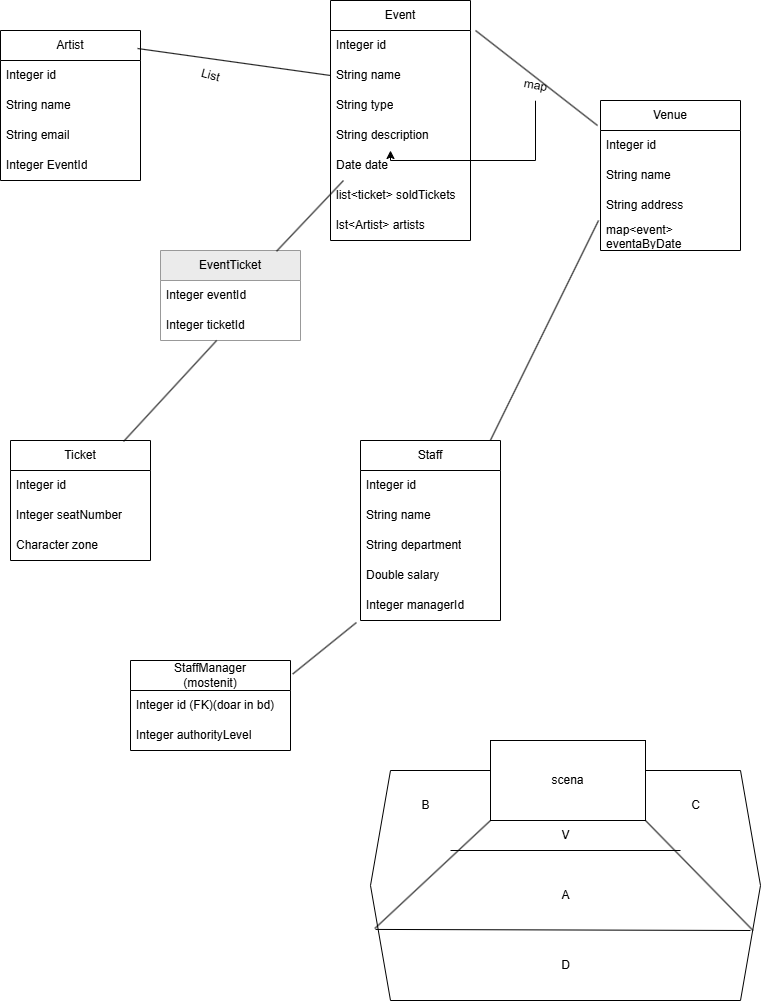
Earlier version of the draw.io export AOOP_VenueManager_Diagram.png (imnofuxkingfun/AOOP_VenueManager). Source tidied: cells renumbered, new cells last; positions are measured from the earlier drawing's top-left corner, leaving out a move shared by most shapes. Source of this version:
```xml
<mxGraphModel>
  <root>
    <mxCell id="0" />
    <mxCell id="1" parent="0" />
    <mxCell id="2" value="Event&lt;span style=&quot;background-color: transparent; color: light-dark(rgb(0, 0, 0), rgb(255, 255, 255));&quot;&gt;Ticket&lt;/span&gt;" style="swimlane;fontStyle=0;horizontal=1;startSize=30;whiteSpace=wrap;html=1;strokeColor=#999999;fillColor=#EBEBEB;" parent="1" vertex="1">
      <mxGeometry x="160" y="250" width="140" height="90" as="geometry" />
    </mxCell>
    <mxCell id="3" value="Integer eventId" style="text;strokeColor=none;fillColor=none;align=left;verticalAlign=middle;spacingLeft=4;spacingRight=4;overflow=hidden;whiteSpace=wrap;html=1;" parent="2" vertex="1">
      <mxGeometry y="30" width="140" height="30" as="geometry" />
    </mxCell>
    <mxCell id="4" value="Integer ticketId" style="text;strokeColor=none;fillColor=none;align=left;verticalAlign=middle;spacingLeft=4;spacingRight=4;overflow=hidden;points=[[0,0.5],[1,0.5]];portConstraint=eastwest;whiteSpace=wrap;html=1;" parent="2" vertex="1">
      <mxGeometry y="60" width="140" height="30" as="geometry" />
    </mxCell>
    <mxCell id="5" value="Artist" style="swimlane;fontStyle=0;horizontal=1;startSize=30;whiteSpace=wrap;html=1;" parent="1" vertex="1">
      <mxGeometry y="30" width="140" height="150" as="geometry" />
    </mxCell>
    <mxCell id="6" value="Integer id" style="text;strokeColor=none;fillColor=none;align=left;verticalAlign=middle;spacingLeft=4;spacingRight=4;overflow=hidden;whiteSpace=wrap;html=1;" parent="5" vertex="1">
      <mxGeometry y="30" width="140" height="30" as="geometry" />
    </mxCell>
    <mxCell id="7" value="String name" style="text;strokeColor=none;fillColor=none;align=left;verticalAlign=middle;spacingLeft=4;spacingRight=4;overflow=hidden;whiteSpace=wrap;html=1;" parent="5" vertex="1">
      <mxGeometry y="60" width="140" height="30" as="geometry" />
    </mxCell>
    <mxCell id="8" value="String email" style="text;strokeColor=none;fillColor=none;align=left;verticalAlign=middle;spacingLeft=4;spacingRight=4;overflow=hidden;whiteSpace=wrap;html=1;" parent="5" vertex="1">
      <mxGeometry y="90" width="140" height="30" as="geometry" />
    </mxCell>
    <mxCell id="9" value="Integer EventId" style="text;strokeColor=none;fillColor=none;align=left;verticalAlign=middle;spacingLeft=4;spacingRight=4;overflow=hidden;whiteSpace=wrap;html=1;" parent="5" vertex="1">
      <mxGeometry y="120" width="140" height="30" as="geometry" />
    </mxCell>
    <mxCell id="10" value="Ticket" style="swimlane;fontStyle=0;horizontal=1;startSize=30;whiteSpace=wrap;html=1;" parent="1" vertex="1">
      <mxGeometry x="10" y="440" width="140" height="120" as="geometry" />
    </mxCell>
    <mxCell id="11" value="Integer id" style="text;strokeColor=none;fillColor=none;align=left;verticalAlign=middle;spacingLeft=4;spacingRight=4;overflow=hidden;whiteSpace=wrap;html=1;" parent="10" vertex="1">
      <mxGeometry y="30" width="140" height="30" as="geometry" />
    </mxCell>
    <mxCell id="12" value="Integer seatNumber" style="text;strokeColor=none;fillColor=none;align=left;verticalAlign=middle;spacingLeft=4;spacingRight=4;overflow=hidden;whiteSpace=wrap;html=1;" parent="10" vertex="1">
      <mxGeometry y="60" width="140" height="30" as="geometry" />
    </mxCell>
    <mxCell id="13" value="Character zone" style="text;strokeColor=none;fillColor=none;align=left;verticalAlign=middle;spacingLeft=4;spacingRight=4;overflow=hidden;whiteSpace=wrap;html=1;" parent="10" vertex="1">
      <mxGeometry y="90" width="140" height="30" as="geometry" />
    </mxCell>
    <mxCell id="14" value="Event" style="swimlane;fontStyle=0;horizontal=1;startSize=30;whiteSpace=wrap;html=1;" parent="1" vertex="1">
      <mxGeometry x="330" width="140" height="240" as="geometry" />
    </mxCell>
    <mxCell id="15" value="Integer id" style="text;strokeColor=none;fillColor=none;align=left;verticalAlign=middle;spacingLeft=4;spacingRight=4;overflow=hidden;points=[[0,0.5],[1,0.5]];portConstraint=eastwest;whiteSpace=wrap;html=1;" parent="14" vertex="1">
      <mxGeometry y="30" width="140" height="30" as="geometry" />
    </mxCell>
    <mxCell id="16" value="String name" style="text;strokeColor=none;fillColor=none;align=left;verticalAlign=middle;spacingLeft=4;spacingRight=4;overflow=hidden;points=[[0,0.5],[1,0.5]];portConstraint=eastwest;whiteSpace=wrap;html=1;" parent="14" vertex="1">
      <mxGeometry y="60" width="140" height="30" as="geometry" />
    </mxCell>
    <mxCell id="17" value="String type" style="text;strokeColor=none;fillColor=none;align=left;verticalAlign=middle;spacingLeft=4;spacingRight=4;overflow=hidden;whiteSpace=wrap;html=1;" parent="14" vertex="1">
      <mxGeometry y="90" width="140" height="30" as="geometry" />
    </mxCell>
    <mxCell id="18" value="String&amp;nbsp;&lt;span style=&quot;background-color: transparent; color: light-dark(rgb(0, 0, 0), rgb(255, 255, 255));&quot;&gt;description&lt;/span&gt;" style="text;strokeColor=none;fillColor=none;align=left;verticalAlign=middle;spacingLeft=4;spacingRight=4;overflow=hidden;points=[[0,0.5],[1,0.5]];portConstraint=eastwest;whiteSpace=wrap;html=1;" parent="14" vertex="1">
      <mxGeometry y="120" width="140" height="30" as="geometry" />
    </mxCell>
    <mxCell id="19" value="Date date" style="text;strokeColor=none;fillColor=none;align=left;verticalAlign=middle;spacingLeft=4;spacingRight=4;overflow=hidden;whiteSpace=wrap;html=1;" parent="14" vertex="1">
      <mxGeometry y="150" width="140" height="30" as="geometry" />
    </mxCell>
    <mxCell id="20" value="list&amp;lt;ticket&amp;gt; soldTickets" style="text;strokeColor=none;fillColor=none;align=left;verticalAlign=middle;spacingLeft=4;spacingRight=4;overflow=hidden;whiteSpace=wrap;html=1;" parent="14" vertex="1">
      <mxGeometry y="180" width="140" height="30" as="geometry" />
    </mxCell>
    <mxCell id="21" value="lst&amp;lt;Artist&amp;gt; artists" style="text;strokeColor=none;fillColor=none;align=left;verticalAlign=middle;spacingLeft=4;spacingRight=4;overflow=hidden;points=[[0,0.5],[1,0.5]];portConstraint=eastwest;whiteSpace=wrap;html=1;" parent="14" vertex="1">
      <mxGeometry y="210" width="140" height="30" as="geometry" />
    </mxCell>
    <mxCell id="22" style="endArrow=none;html=1;rounded=0;entryX=0;entryY=0.5;entryDx=0;entryDy=0;exitX=0.979;exitY=0.12;exitDx=0;exitDy=0;exitPerimeter=0;" parent="1" edge="1" source="5" target="16">
      <mxGeometry relative="1" as="geometry" />
    </mxCell>
    <mxCell id="23" value="List" style="text;html=1;align=center;verticalAlign=middle;strokeColor=none;fillColor=none;rotation=15;" parent="1" vertex="1">
      <mxGeometry x="190" y="60" width="40" height="30" as="geometry" />
    </mxCell>
    <mxCell id="24" value="Venue" style="swimlane;fontStyle=0;horizontal=1;startSize=30;whiteSpace=wrap;html=1;" parent="1" vertex="1">
      <mxGeometry x="600" y="100" width="140" height="150" as="geometry" />
    </mxCell>
    <mxCell id="25" value="Integer id" style="text;strokeColor=none;fillColor=none;align=left;verticalAlign=middle;spacingLeft=4;spacingRight=4;overflow=hidden;whiteSpace=wrap;html=1;" parent="24" vertex="1">
      <mxGeometry y="30" width="140" height="30" as="geometry" />
    </mxCell>
    <mxCell id="26" value="String name" style="text;strokeColor=none;fillColor=none;align=left;verticalAlign=middle;spacingLeft=4;spacingRight=4;overflow=hidden;whiteSpace=wrap;html=1;" parent="24" vertex="1">
      <mxGeometry y="60" width="140" height="30" as="geometry" />
    </mxCell>
    <mxCell id="27" value="String address" style="text;strokeColor=none;fillColor=none;align=left;verticalAlign=middle;spacingLeft=4;spacingRight=4;overflow=hidden;whiteSpace=wrap;html=1;" parent="24" vertex="1">
      <mxGeometry y="90" width="140" height="30" as="geometry" />
    </mxCell>
    <mxCell id="28" value="map&amp;lt;event&amp;gt; eventaByDate" style="text;strokeColor=none;fillColor=none;align=left;verticalAlign=middle;spacingLeft=4;spacingRight=4;overflow=hidden;whiteSpace=wrap;html=1;" parent="24" vertex="1">
      <mxGeometry y="120" width="140" height="30" as="geometry" />
    </mxCell>
    <mxCell id="29" style="endArrow=none;html=1;rounded=0;entryX=-0.021;entryY=0.167;entryDx=0;entryDy=0;entryPerimeter=0;exitX=1.036;exitY=0;exitDx=0;exitDy=0;exitPerimeter=0;" parent="1" edge="1" source="15" target="24">
      <mxGeometry relative="1" as="geometry" />
    </mxCell>
    <mxCell id="30" style="edgeStyle=orthogonalEdgeStyle;rounded=0;jettySize=auto;html=1;" parent="1" edge="1" source="31" target="18">
      <mxGeometry relative="1" as="geometry">
        <Array as="points">
          <mxPoint x="535" y="160" />
          <mxPoint x="390" y="160" />
        </Array>
      </mxGeometry>
    </mxCell>
    <mxCell id="31" value="map" style="text;html=1;align=center;verticalAlign=middle;points=[];strokeColor=none;fillColor=none;rotation=10;" parent="1" vertex="1">
      <mxGeometry x="510" y="70" width="50" height="30" as="geometry" />
    </mxCell>
    <mxCell id="32" style="endArrow=none;html=1;rounded=0;entryX=-0.014;entryY=1;entryDx=0;entryDy=0;entryPerimeter=0;" parent="1" edge="1">
      <mxGeometry relative="1" as="geometry">
        <mxPoint x="480" y="460" as="sourcePoint" />
        <mxPoint x="598" y="220" as="targetPoint" />
      </mxGeometry>
    </mxCell>
    <mxCell id="33" value="Staff" style="swimlane;fontStyle=0;horizontal=1;startSize=30;whiteSpace=wrap;html=1;" parent="1" vertex="1">
      <mxGeometry x="360" y="440" width="140" height="180" as="geometry" />
    </mxCell>
    <mxCell id="34" value="Integer id" style="text;strokeColor=none;fillColor=none;align=left;verticalAlign=middle;spacingLeft=4;spacingRight=4;overflow=hidden;whiteSpace=wrap;html=1;" parent="33" vertex="1">
      <mxGeometry y="30" width="140" height="30" as="geometry" />
    </mxCell>
    <mxCell id="35" value="String name" style="text;strokeColor=none;fillColor=none;align=left;verticalAlign=middle;spacingLeft=4;spacingRight=4;overflow=hidden;whiteSpace=wrap;html=1;" parent="33" vertex="1">
      <mxGeometry y="60" width="140" height="30" as="geometry" />
    </mxCell>
    <mxCell id="36" value="String department" style="text;strokeColor=none;fillColor=none;align=left;verticalAlign=middle;spacingLeft=4;spacingRight=4;overflow=hidden;whiteSpace=wrap;html=1;" parent="33" vertex="1">
      <mxGeometry y="90" width="140" height="30" as="geometry" />
    </mxCell>
    <mxCell id="37" value="Double salary" style="text;strokeColor=none;fillColor=none;align=left;verticalAlign=middle;spacingLeft=4;spacingRight=4;overflow=hidden;whiteSpace=wrap;html=1;" parent="33" vertex="1">
      <mxGeometry y="120" width="140" height="30" as="geometry" />
    </mxCell>
    <mxCell id="38" value="Integer managerId" style="text;strokeColor=none;fillColor=none;align=left;verticalAlign=middle;spacingLeft=4;spacingRight=4;overflow=hidden;points=[[0,0.5],[1,0.5]];portConstraint=eastwest;whiteSpace=wrap;html=1;" parent="33" vertex="1">
      <mxGeometry y="150" width="140" height="30" as="geometry" />
    </mxCell>
    <mxCell id="39" style="endArrow=none;html=1;rounded=0;entryX=0;entryY=0.5;entryDx=0;entryDy=0;exitX=0.829;exitY=0.008;exitDx=0;exitDy=0;exitPerimeter=0;" parent="1" edge="1" source="2">
      <mxGeometry relative="1" as="geometry">
        <mxPoint x="343" y="180" as="targetPoint" />
      </mxGeometry>
    </mxCell>
    <mxCell id="40" style="endArrow=none;html=1;rounded=0;exitX=0.829;exitY=0.008;exitDx=0;exitDy=0;exitPerimeter=0;" parent="1" edge="1" target="4">
      <mxGeometry relative="1" as="geometry">
        <mxPoint x="123" y="441" as="sourcePoint" />
      </mxGeometry>
    </mxCell>
    <mxCell id="41" value="StaffManager&lt;div&gt;(mostenit)&lt;/div&gt;" style="swimlane;fontStyle=0;horizontal=1;startSize=30;whiteSpace=wrap;html=1;" parent="1" vertex="1">
      <mxGeometry x="130" y="660" width="160" height="90" as="geometry" />
    </mxCell>
    <mxCell id="42" value="Integer id (FK)(doar in bd)" style="text;strokeColor=none;fillColor=none;align=left;verticalAlign=middle;spacingLeft=4;spacingRight=4;overflow=hidden;whiteSpace=wrap;html=1;" parent="41" vertex="1">
      <mxGeometry y="30" width="160" height="30" as="geometry" />
    </mxCell>
    <mxCell id="43" value="Integer authorityLevel" style="text;strokeColor=none;fillColor=none;align=left;verticalAlign=middle;spacingLeft=4;spacingRight=4;overflow=hidden;whiteSpace=wrap;html=1;" parent="41" vertex="1">
      <mxGeometry y="60" width="160" height="30" as="geometry" />
    </mxCell>
    <mxCell id="44" style="endArrow=none;html=1;rounded=0;exitX=1.014;exitY=0.15;exitDx=0;exitDy=0;exitPerimeter=0;entryX=-0.029;entryY=1.067;entryDx=0;entryDy=0;entryPerimeter=0;" parent="1" edge="1" source="41" target="38">
      <mxGeometry relative="1" as="geometry" />
    </mxCell>
    <mxCell id="45" style="shape=hexagon;perimeter=hexagonPerimeter2;whiteSpace=wrap;html=1;fixedSize=1;" parent="1" vertex="1">
      <mxGeometry x="370" y="770" width="390" height="230" as="geometry" />
    </mxCell>
    <mxCell id="46" value="scena" style="rounded=0;whiteSpace=wrap;html=1;" parent="1" vertex="1">
      <mxGeometry x="490" y="740" width="155" height="80" as="geometry" />
    </mxCell>
    <mxCell id="47" style="endArrow=none;html=1;rounded=0;exitX=0.011;exitY=0.687;exitDx=0;exitDy=0;exitPerimeter=0;" parent="1" edge="1" source="45">
      <mxGeometry relative="1" as="geometry">
        <mxPoint x="490" y="820" as="targetPoint" />
      </mxGeometry>
    </mxCell>
    <mxCell id="48" style="endArrow=none;html=1;rounded=0;exitX=0.981;exitY=0.696;exitDx=0;exitDy=0;exitPerimeter=0;" parent="1" edge="1" source="45">
      <mxGeometry relative="1" as="geometry">
        <mxPoint x="645" y="820" as="targetPoint" />
      </mxGeometry>
    </mxCell>
    <mxCell id="49" style="endArrow=none;html=1;rounded=0;exitX=0.013;exitY=0.691;exitDx=0;exitDy=0;exitPerimeter=0;" parent="1" edge="1" source="45">
      <mxGeometry relative="1" as="geometry">
        <mxPoint x="750" y="930" as="targetPoint" />
      </mxGeometry>
    </mxCell>
    <mxCell id="50" value="A" style="text;html=1;align=center;verticalAlign=middle;strokeColor=none;fillColor=none;" parent="1" vertex="1">
      <mxGeometry x="550" y="880" width="30" height="30" as="geometry" />
    </mxCell>
    <mxCell id="51" value="B" style="text;html=1;align=center;verticalAlign=middle;strokeColor=none;fillColor=none;" parent="1" vertex="1">
      <mxGeometry x="410" y="790" width="30" height="30" as="geometry" />
    </mxCell>
    <mxCell id="52" value="C" style="text;html=1;align=center;verticalAlign=middle;strokeColor=none;fillColor=none;" parent="1" vertex="1">
      <mxGeometry x="680" y="790" width="30" height="30" as="geometry" />
    </mxCell>
    <mxCell id="53" style="endArrow=none;html=1;rounded=0;" parent="1" edge="1">
      <mxGeometry relative="1" as="geometry">
        <mxPoint x="450" y="850" as="sourcePoint" />
        <mxPoint x="680" y="850" as="targetPoint" />
      </mxGeometry>
    </mxCell>
    <mxCell id="54" value="V" style="text;html=1;align=center;verticalAlign=middle;strokeColor=none;fillColor=none;" parent="1" vertex="1">
      <mxGeometry x="550" y="820" width="30" height="30" as="geometry" />
    </mxCell>
    <mxCell id="55" value="D" style="text;html=1;align=center;verticalAlign=middle;strokeColor=none;fillColor=none;" parent="1" vertex="1">
      <mxGeometry x="550" y="950" width="30" height="30" as="geometry" />
    </mxCell>
  </root>
</mxGraphModel>
```
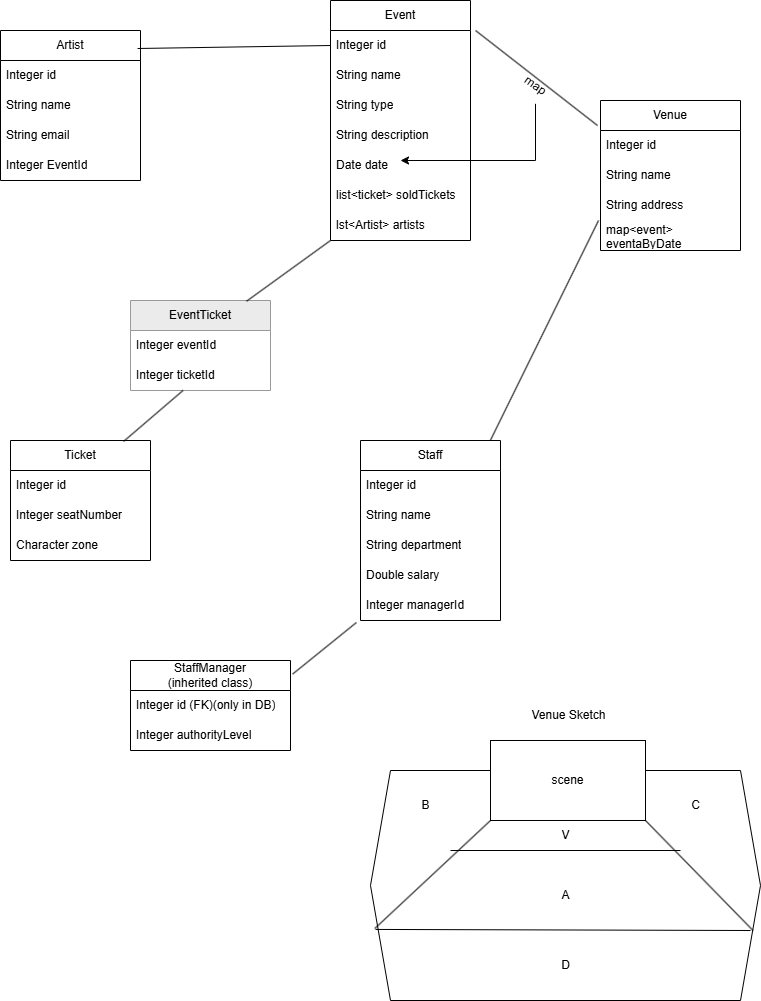
The same file after the commit.

What changed in the source:
```diff
@@ -3,7 +3,7 @@
     <mxCell id="0" />
     <mxCell id="1" parent="0" />
     <mxCell id="2" value="Event&lt;span style=&quot;background-color: transparent; color: light-dark(rgb(0, 0, 0), rgb(255, 255, 255));&quot;&gt;Ticket&lt;/span&gt;" style="swimlane;fontStyle=0;horizontal=1;startSize=30;whiteSpace=wrap;html=1;strokeColor=#999999;fillColor=#EBEBEB;" parent="1" vertex="1">
-      <mxGeometry x="160" y="250" width="140" height="90" as="geometry" />
+      <mxGeometry x="130" y="300" width="140" height="90" as="geometry" />
     </mxCell>
     <mxCell id="3" value="Integer eventId" style="text;strokeColor=none;fillColor=none;align=left;verticalAlign=middle;spacingLeft=4;spacingRight=4;overflow=hidden;whiteSpace=wrap;html=1;" parent="2" vertex="1">
       <mxGeometry y="30" width="140" height="30" as="geometry" />
@@ -62,12 +62,9 @@
     <mxCell id="21" value="lst&amp;lt;Artist&amp;gt; artists" style="text;strokeColor=none;fillColor=none;align=left;verticalAlign=middle;spacingLeft=4;spacingRight=4;overflow=hidden;points=[[0,0.5],[1,0.5]];portConstraint=eastwest;whiteSpace=wrap;html=1;" parent="14" vertex="1">
       <mxGeometry y="210" width="140" height="30" as="geometry" />
     </mxCell>
-    <mxCell id="22" style="endArrow=none;html=1;rounded=0;entryX=0;entryY=0.5;entryDx=0;entryDy=0;exitX=0.979;exitY=0.12;exitDx=0;exitDy=0;exitPerimeter=0;" parent="1" edge="1" source="5" target="16">
+    <mxCell id="22" style="endArrow=none;html=1;rounded=0;entryX=0;entryY=0.5;entryDx=0;entryDy=0;exitX=0.979;exitY=0.12;exitDx=0;exitDy=0;exitPerimeter=0;" parent="1" edge="1" source="5" target="15">
       <mxGeometry relative="1" as="geometry" />
     </mxCell>
-    <mxCell id="23" value="List" style="text;html=1;align=center;verticalAlign=middle;strokeColor=none;fillColor=none;rotation=15;" parent="1" vertex="1">
-      <mxGeometry x="190" y="60" width="40" height="30" as="geometry" />
-    </mxCell>
     <mxCell id="24" value="Venue" style="swimlane;fontStyle=0;horizontal=1;startSize=30;whiteSpace=wrap;html=1;" parent="1" vertex="1">
       <mxGeometry x="600" y="100" width="140" height="150" as="geometry" />
     </mxCell>
@@ -86,15 +83,15 @@
     <mxCell id="29" style="endArrow=none;html=1;rounded=0;entryX=-0.021;entryY=0.167;entryDx=0;entryDy=0;entryPerimeter=0;exitX=1.036;exitY=0;exitDx=0;exitDy=0;exitPerimeter=0;" parent="1" edge="1" source="15" target="24">
       <mxGeometry relative="1" as="geometry" />
     </mxCell>
-    <mxCell id="30" style="edgeStyle=orthogonalEdgeStyle;rounded=0;jettySize=auto;html=1;" parent="1" edge="1" source="31" target="18">
+    <mxCell id="30" style="edgeStyle=orthogonalEdgeStyle;rounded=0;jettySize=auto;html=1;" parent="1" edge="1" source="31">
       <mxGeometry relative="1" as="geometry">
+        <mxPoint x="400" y="160" as="targetPoint" />
         <Array as="points">
           <mxPoint x="535" y="160" />
-          <mxPoint x="390" y="160" />
         </Array>
       </mxGeometry>
     </mxCell>
-    <mxCell id="31" value="map" style="text;html=1;align=center;verticalAlign=middle;points=[];strokeColor=none;fillColor=none;rotation=10;" parent="1" vertex="1">
+    <mxCell id="31" value="map" style="text;html=1;align=center;verticalAlign=middle;points=[];strokeColor=none;fillColor=none;rotation=35;" parent="1" vertex="1">
       <mxGeometry x="510" y="70" width="50" height="30" as="geometry" />
     </mxCell>
     <mxCell id="32" style="endArrow=none;html=1;rounded=0;entryX=-0.014;entryY=1;entryDx=0;entryDy=0;entryPerimeter=0;" parent="1" edge="1">
@@ -121,20 +118,18 @@
     <mxCell id="38" value="Integer managerId" style="text;strokeColor=none;fillColor=none;align=left;verticalAlign=middle;spacingLeft=4;spacingRight=4;overflow=hidden;points=[[0,0.5],[1,0.5]];portConstraint=eastwest;whiteSpace=wrap;html=1;" parent="33" vertex="1">
       <mxGeometry y="150" width="140" height="30" as="geometry" />
     </mxCell>
-    <mxCell id="39" style="endArrow=none;html=1;rounded=0;entryX=0;entryY=0.5;entryDx=0;entryDy=0;exitX=0.829;exitY=0.008;exitDx=0;exitDy=0;exitPerimeter=0;" parent="1" edge="1" source="2">
-      <mxGeometry relative="1" as="geometry">
-        <mxPoint x="343" y="180" as="targetPoint" />
-      </mxGeometry>
+    <mxCell id="39" style="endArrow=none;html=1;rounded=0;entryX=0;entryY=1;entryDx=0;entryDy=0;exitX=0.829;exitY=0.008;exitDx=0;exitDy=0;exitPerimeter=0;entryPerimeter=0;" parent="1" edge="1" source="2" target="21">
+      <mxGeometry relative="1" as="geometry" />
     </mxCell>
     <mxCell id="40" style="endArrow=none;html=1;rounded=0;exitX=0.829;exitY=0.008;exitDx=0;exitDy=0;exitPerimeter=0;" parent="1" edge="1" target="4">
       <mxGeometry relative="1" as="geometry">
         <mxPoint x="123" y="441" as="sourcePoint" />
       </mxGeometry>
     </mxCell>
-    <mxCell id="41" value="StaffManager&lt;div&gt;(mostenit)&lt;/div&gt;" style="swimlane;fontStyle=0;horizontal=1;startSize=30;whiteSpace=wrap;html=1;" parent="1" vertex="1">
+    <mxCell id="41" value="StaffManager&lt;div&gt;(inherited class)&lt;/div&gt;" style="swimlane;fontStyle=0;horizontal=1;startSize=30;whiteSpace=wrap;html=1;" parent="1" vertex="1">
       <mxGeometry x="130" y="660" width="160" height="90" as="geometry" />
     </mxCell>
-    <mxCell id="42" value="Integer id (FK)(doar in bd)" style="text;strokeColor=none;fillColor=none;align=left;verticalAlign=middle;spacingLeft=4;spacingRight=4;overflow=hidden;whiteSpace=wrap;html=1;" parent="41" vertex="1">
+    <mxCell id="42" value="Integer id (FK)(only in DB)" style="text;strokeColor=none;fillColor=none;align=left;verticalAlign=middle;spacingLeft=4;spacingRight=4;overflow=hidden;whiteSpace=wrap;html=1;" parent="41" vertex="1">
       <mxGeometry y="30" width="160" height="30" as="geometry" />
     </mxCell>
     <mxCell id="43" value="Integer authorityLevel" style="text;strokeColor=none;fillColor=none;align=left;verticalAlign=middle;spacingLeft=4;spacingRight=4;overflow=hidden;whiteSpace=wrap;html=1;" parent="41" vertex="1">
@@ -146,7 +141,7 @@
     <mxCell id="45" style="shape=hexagon;perimeter=hexagonPerimeter2;whiteSpace=wrap;html=1;fixedSize=1;" parent="1" vertex="1">
       <mxGeometry x="370" y="770" width="390" height="230" as="geometry" />
     </mxCell>
-    <mxCell id="46" value="scena" style="rounded=0;whiteSpace=wrap;html=1;" parent="1" vertex="1">
+    <mxCell id="46" value="scene" style="rounded=0;whiteSpace=wrap;html=1;" parent="1" vertex="1">
       <mxGeometry x="490" y="740" width="155" height="80" as="geometry" />
     </mxCell>
     <mxCell id="47" style="endArrow=none;html=1;rounded=0;exitX=0.011;exitY=0.687;exitDx=0;exitDy=0;exitPerimeter=0;" parent="1" edge="1" source="45">
@@ -185,5 +180,8 @@
     <mxCell id="55" value="D" style="text;html=1;align=center;verticalAlign=middle;strokeColor=none;fillColor=none;" parent="1" vertex="1">
       <mxGeometry x="550" y="950" width="30" height="30" as="geometry" />
     </mxCell>
+    <mxCell id="56" value="Venue Sketch" style="text;html=1;align=center;verticalAlign=middle;strokeColor=none;fillColor=none;" parent="1" vertex="1">
+      <mxGeometry x="517.5" y="700" width="100" height="30" as="geometry" />
+    </mxCell>
   </root>
 </mxGraphModel>
```
